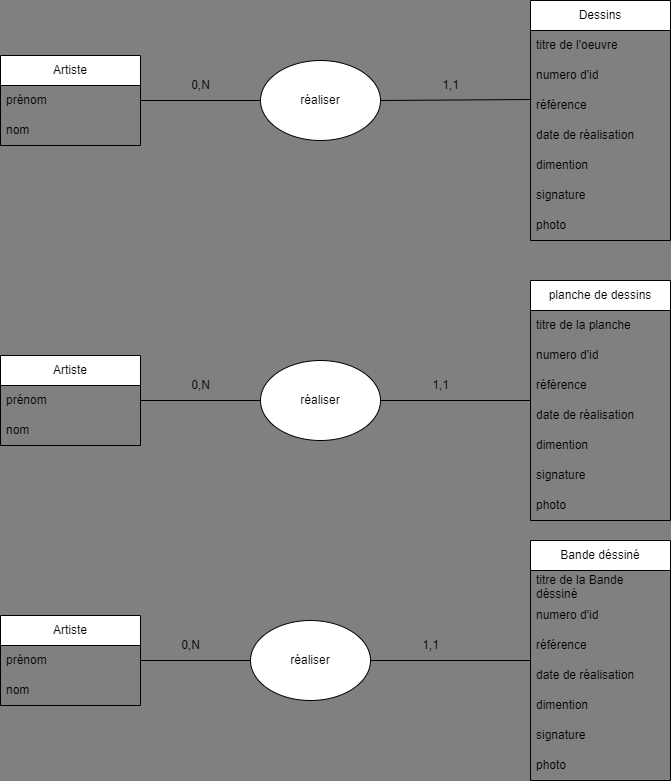
Before: doc/MCD.png, a diagram exported from draw.io (gregoirelef/DehelGalerie). Source tidied: cells renumbered, new cells last; positions are measured from the earlier drawing's top-left corner, leaving out a move shared by most shapes.
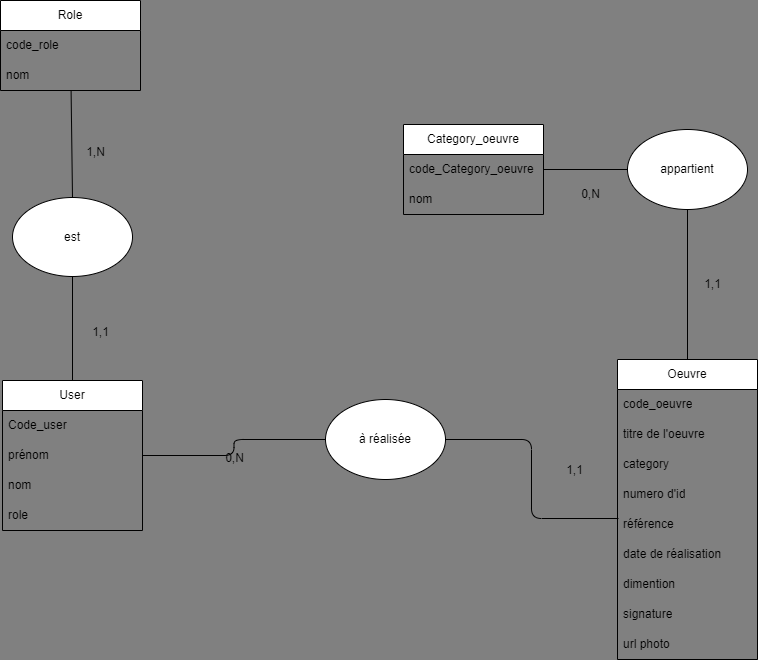
Later version of the same file.

Commit message:
user storie/MCD/MLD

Diff of the diagram source:
```diff
@@ -2,149 +2,113 @@
   <root>
     <mxCell id="0" />
     <mxCell id="1" parent="0" />
-    <mxCell id="2" value="Artiste" style="swimlane;fontStyle=0;horizontal=1;startSize=30;whiteSpace=wrap;html=1;" parent="1" vertex="1">
-      <mxGeometry y="55" width="140" height="90" as="geometry" />
+    <mxCell id="2" value="User" style="swimlane;fontStyle=0;horizontal=1;startSize=30;whiteSpace=wrap;html=1;" parent="1" vertex="1">
+      <mxGeometry x="-63" y="53" width="140" height="150" as="geometry" />
     </mxCell>
+    <mxCell id="50" value="Code_user" style="text;strokeColor=none;fillColor=none;align=left;verticalAlign=middle;spacingLeft=4;spacingRight=4;overflow=hidden;whiteSpace=wrap;html=1;" parent="2" vertex="1">
+      <mxGeometry y="30" width="140" height="30" as="geometry" />
+    </mxCell>
     <mxCell id="3" value="prénom" style="text;strokeColor=none;fillColor=none;align=left;verticalAlign=middle;spacingLeft=4;spacingRight=4;overflow=hidden;points=[[0,0.5],[1,0.5]];portConstraint=eastwest;whiteSpace=wrap;html=1;" parent="2" vertex="1">
-      <mxGeometry y="30" width="140" height="30" as="geometry" />
+      <mxGeometry y="60" width="140" height="30" as="geometry" />
     </mxCell>
+    <mxCell id="51" value="nom" style="text;strokeColor=none;fillColor=none;align=left;verticalAlign=middle;spacingLeft=4;spacingRight=4;overflow=hidden;whiteSpace=wrap;html=1;" parent="2" vertex="1">
+      <mxGeometry y="90" width="140" height="30" as="geometry" />
+    </mxCell>
-    <mxCell id="4" value="nom" style="text;strokeColor=none;fillColor=none;align=left;verticalAlign=middle;spacingLeft=4;spacingRight=4;overflow=hidden;whiteSpace=wrap;html=1;" parent="2" vertex="1">
-      <mxGeometry y="60" width="140" height="30" as="geometry" />
+    <mxCell id="4" value="role" style="text;strokeColor=none;fillColor=none;align=left;verticalAlign=middle;spacingLeft=4;spacingRight=4;overflow=hidden;whiteSpace=wrap;html=1;" parent="2" vertex="1">
+      <mxGeometry y="120" width="140" height="30" as="geometry" />
     </mxCell>
-    <mxCell id="5" value="Dessins" style="swimlane;fontStyle=0;horizontal=1;startSize=30;whiteSpace=wrap;html=1;" parent="1" vertex="1">
-      <mxGeometry x="530" width="140" height="240" as="geometry" />
+    <mxCell id="5" value="Oeuvre" style="swimlane;fontStyle=0;horizontal=1;startSize=30;whiteSpace=wrap;html=1;" parent="1" vertex="1">
+      <mxGeometry x="552" y="32" width="140" height="300" as="geometry" />
     </mxCell>
+    <mxCell id="52" value="code_oeuvre" style="text;strokeColor=none;fillColor=none;align=left;verticalAlign=middle;spacingLeft=4;spacingRight=4;overflow=hidden;whiteSpace=wrap;html=1;" parent="5" vertex="1">
+      <mxGeometry y="30" width="140" height="30" as="geometry" />
+    </mxCell>
+    <mxCell id="53" value="titre de l'oeuvre" style="text;strokeColor=none;fillColor=none;align=left;verticalAlign=middle;spacingLeft=4;spacingRight=4;overflow=hidden;whiteSpace=wrap;html=1;" parent="5" vertex="1">
+      <mxGeometry y="60" width="140" height="30" as="geometry" />
+    </mxCell>
-    <mxCell id="6" value="titre de l'oeuvre" style="text;strokeColor=none;fillColor=none;align=left;verticalAlign=middle;spacingLeft=4;spacingRight=4;overflow=hidden;whiteSpace=wrap;html=1;" parent="5" vertex="1">
-      <mxGeometry y="30" width="140" height="30" as="geometry" />
+    <mxCell id="6" value="category" style="text;strokeColor=none;fillColor=none;align=left;verticalAlign=middle;spacingLeft=4;spacingRight=4;overflow=hidden;whiteSpace=wrap;html=1;" parent="5" vertex="1">
+      <mxGeometry y="90" width="140" height="30" as="geometry" />
     </mxCell>
     <mxCell id="7" value="numero d'id" style="text;strokeColor=none;fillColor=none;align=left;verticalAlign=middle;spacingLeft=4;spacingRight=4;overflow=hidden;whiteSpace=wrap;html=1;" parent="5" vertex="1">
-      <mxGeometry y="60" width="140" height="30" as="geometry" />
+      <mxGeometry y="120" width="140" height="30" as="geometry" />
     </mxCell>
     <mxCell id="8" value="référence" style="text;strokeColor=none;fillColor=none;align=left;verticalAlign=middle;spacingLeft=4;spacingRight=4;overflow=hidden;points=[[0,0.5],[1,0.5]];portConstraint=eastwest;whiteSpace=wrap;html=1;" parent="5" vertex="1">
-      <mxGeometry y="90" width="140" height="30" as="geometry" />
+      <mxGeometry y="150" width="140" height="30" as="geometry" />
     </mxCell>
     <mxCell id="9" value="date de réalisation" style="text;strokeColor=none;fillColor=none;align=left;verticalAlign=middle;spacingLeft=4;spacingRight=4;overflow=hidden;whiteSpace=wrap;html=1;" parent="5" vertex="1">
-      <mxGeometry y="120" width="140" height="30" as="geometry" />
+      <mxGeometry y="180" width="140" height="30" as="geometry" />
     </mxCell>
     <mxCell id="10" value="dimention" style="text;strokeColor=none;fillColor=none;align=left;verticalAlign=middle;spacingLeft=4;spacingRight=4;overflow=hidden;whiteSpace=wrap;html=1;" parent="5" vertex="1">
-      <mxGeometry y="150" width="140" height="30" as="geometry" />
+      <mxGeometry y="210" width="140" height="30" as="geometry" />
     </mxCell>
     <mxCell id="11" value="signature" style="text;strokeColor=none;fillColor=none;align=left;verticalAlign=middle;spacingLeft=4;spacingRight=4;overflow=hidden;whiteSpace=wrap;html=1;" parent="5" vertex="1">
-      <mxGeometry y="180" width="140" height="30" as="geometry" />
+      <mxGeometry y="240" width="140" height="30" as="geometry" />
     </mxCell>
-    <mxCell id="12" value="photo" style="text;strokeColor=none;fillColor=none;align=left;verticalAlign=middle;spacingLeft=4;spacingRight=4;overflow=hidden;whiteSpace=wrap;html=1;" parent="5" vertex="1">
-      <mxGeometry y="210" width="140" height="30" as="geometry" />
+    <mxCell id="12" value="url photo" style="text;strokeColor=none;fillColor=none;align=left;verticalAlign=middle;spacingLeft=4;spacingRight=4;overflow=hidden;whiteSpace=wrap;html=1;" parent="5" vertex="1">
+      <mxGeometry y="270" width="140" height="30" as="geometry" />
     </mxCell>
-    <mxCell id="13" value="planche de dessins" style="swimlane;fontStyle=0;horizontal=1;startSize=30;whiteSpace=wrap;html=1;" parent="1" vertex="1">
-      <mxGeometry x="530" y="280" width="140" height="240" as="geometry" />
-    </mxCell>
-    <mxCell id="14" value="titre de la planche" style="text;strokeColor=none;fillColor=none;align=left;verticalAlign=middle;spacingLeft=4;spacingRight=4;overflow=hidden;whiteSpace=wrap;html=1;" parent="13" vertex="1">
-      <mxGeometry y="30" width="140" height="30" as="geometry" />
-    </mxCell>
-    <mxCell id="15" value="numero d'id" style="text;strokeColor=none;fillColor=none;align=left;verticalAlign=middle;spacingLeft=4;spacingRight=4;overflow=hidden;whiteSpace=wrap;html=1;" parent="13" vertex="1">
-      <mxGeometry y="60" width="140" height="30" as="geometry" />
-    </mxCell>
-    <mxCell id="16" value="référence" style="text;strokeColor=none;fillColor=none;align=left;verticalAlign=middle;spacingLeft=4;spacingRight=4;overflow=hidden;whiteSpace=wrap;html=1;" parent="13" vertex="1">
-      <mxGeometry y="90" width="140" height="30" as="geometry" />
-    </mxCell>
-    <mxCell id="17" value="date de réalisation" style="text;strokeColor=none;fillColor=none;align=left;verticalAlign=middle;spacingLeft=4;spacingRight=4;overflow=hidden;whiteSpace=wrap;html=1;" parent="13" vertex="1">
-      <mxGeometry y="120" width="140" height="30" as="geometry" />
-    </mxCell>
-    <mxCell id="18" value="dimention" style="text;strokeColor=none;fillColor=none;align=left;verticalAlign=middle;spacingLeft=4;spacingRight=4;overflow=hidden;whiteSpace=wrap;html=1;" parent="13" vertex="1">
-      <mxGeometry y="150" width="140" height="30" as="geometry" />
-    </mxCell>
-    <mxCell id="19" value="signature" style="text;strokeColor=none;fillColor=none;align=left;verticalAlign=middle;spacingLeft=4;spacingRight=4;overflow=hidden;whiteSpace=wrap;html=1;" parent="13" vertex="1">
-      <mxGeometry y="180" width="140" height="30" as="geometry" />
-    </mxCell>
-    <mxCell id="20" value="photo" style="text;strokeColor=none;fillColor=none;align=left;verticalAlign=middle;spacingLeft=4;spacingRight=4;overflow=hidden;whiteSpace=wrap;html=1;" parent="13" vertex="1">
-      <mxGeometry y="210" width="140" height="30" as="geometry" />
-    </mxCell>
-    <mxCell id="21" value="Bande déssiné" style="swimlane;fontStyle=0;horizontal=1;startSize=30;whiteSpace=wrap;html=1;" parent="1" vertex="1">
-      <mxGeometry x="530" y="540" width="140" height="240" as="geometry" />
-    </mxCell>
-    <mxCell id="22" value="titre de la&amp;nbsp;&lt;span style=&quot;text-align: center;&quot;&gt;Bande déssiné&lt;/span&gt;" style="text;strokeColor=none;fillColor=none;align=left;verticalAlign=middle;spacingLeft=4;spacingRight=4;overflow=hidden;whiteSpace=wrap;html=1;" parent="21" vertex="1">
-      <mxGeometry y="30" width="140" height="30" as="geometry" />
-    </mxCell>
-    <mxCell id="23" value="numero d'id" style="text;strokeColor=none;fillColor=none;align=left;verticalAlign=middle;spacingLeft=4;spacingRight=4;overflow=hidden;whiteSpace=wrap;html=1;" parent="21" vertex="1">
-      <mxGeometry y="60" width="140" height="30" as="geometry" />
-    </mxCell>
-    <mxCell id="24" value="référence" style="text;strokeColor=none;fillColor=none;align=left;verticalAlign=middle;spacingLeft=4;spacingRight=4;overflow=hidden;whiteSpace=wrap;html=1;" parent="21" vertex="1">
-      <mxGeometry y="90" width="140" height="30" as="geometry" />
-    </mxCell>
-    <mxCell id="25" value="date de réalisation" style="text;strokeColor=none;fillColor=none;align=left;verticalAlign=middle;spacingLeft=4;spacingRight=4;overflow=hidden;whiteSpace=wrap;html=1;" parent="21" vertex="1">
-      <mxGeometry y="120" width="140" height="30" as="geometry" />
-    </mxCell>
-    <mxCell id="26" value="dimention" style="text;strokeColor=none;fillColor=none;align=left;verticalAlign=middle;spacingLeft=4;spacingRight=4;overflow=hidden;whiteSpace=wrap;html=1;" parent="21" vertex="1">
-      <mxGeometry y="150" width="140" height="30" as="geometry" />
-    </mxCell>
-    <mxCell id="27" value="signature" style="text;strokeColor=none;fillColor=none;align=left;verticalAlign=middle;spacingLeft=4;spacingRight=4;overflow=hidden;whiteSpace=wrap;html=1;" parent="21" vertex="1">
-      <mxGeometry y="180" width="140" height="30" as="geometry" />
-    </mxCell>
-    <mxCell id="28" value="photo" style="text;strokeColor=none;fillColor=none;align=left;verticalAlign=middle;spacingLeft=4;spacingRight=4;overflow=hidden;whiteSpace=wrap;html=1;" parent="21" vertex="1">
-      <mxGeometry y="210" width="140" height="30" as="geometry" />
-    </mxCell>
-    <mxCell id="29" value="réaliser" style="ellipse;whiteSpace=wrap;html=1;" parent="1" vertex="1">
-      <mxGeometry x="260" y="60" width="120" height="80" as="geometry" />
-    </mxCell>
-    <mxCell id="30" value="Artiste" style="swimlane;fontStyle=0;horizontal=1;startSize=30;whiteSpace=wrap;html=1;" parent="1" vertex="1">
-      <mxGeometry y="355" width="140" height="90" as="geometry" />
-    </mxCell>
-    <mxCell id="31" value="prénom" style="text;strokeColor=none;fillColor=none;align=left;verticalAlign=middle;spacingLeft=4;spacingRight=4;overflow=hidden;whiteSpace=wrap;html=1;" parent="30" vertex="1">
-      <mxGeometry y="30" width="140" height="30" as="geometry" />
-    </mxCell>
-    <mxCell id="32" value="nom" style="text;strokeColor=none;fillColor=none;align=left;verticalAlign=middle;spacingLeft=4;spacingRight=4;overflow=hidden;whiteSpace=wrap;html=1;" parent="30" vertex="1">
-      <mxGeometry y="60" width="140" height="30" as="geometry" />
-    </mxCell>
-    <mxCell id="33" value="Artiste" style="swimlane;fontStyle=0;horizontal=1;startSize=30;whiteSpace=wrap;html=1;" parent="1" vertex="1">
-      <mxGeometry y="615" width="140" height="90" as="geometry" />
-    </mxCell>
-    <mxCell id="34" value="prénom" style="text;strokeColor=none;fillColor=none;align=left;verticalAlign=middle;spacingLeft=4;spacingRight=4;overflow=hidden;whiteSpace=wrap;html=1;" parent="33" vertex="1">
-      <mxGeometry y="30" width="140" height="30" as="geometry" />
-    </mxCell>
-    <mxCell id="35" value="nom" style="text;strokeColor=none;fillColor=none;align=left;verticalAlign=middle;spacingLeft=4;spacingRight=4;overflow=hidden;whiteSpace=wrap;html=1;" parent="33" vertex="1">
-      <mxGeometry y="60" width="140" height="30" as="geometry" />
-    </mxCell>
-    <mxCell id="36" value="réaliser" style="ellipse;whiteSpace=wrap;html=1;" parent="1" vertex="1">
-      <mxGeometry x="260" y="360" width="120" height="80" as="geometry" />
+    <mxCell id="36" value="à réalisée" style="ellipse;whiteSpace=wrap;html=1;" parent="1" vertex="1">
+      <mxGeometry x="260" y="72" width="120" height="80" as="geometry" />
     </mxCell>
-    <mxCell id="37" value="réaliser" style="ellipse;whiteSpace=wrap;html=1;" parent="1" vertex="1">
-      <mxGeometry x="250" y="620" width="120" height="80" as="geometry" />
-    </mxCell>
-    <mxCell id="38" style="edgeStyle=none;html=1;exitX=1;exitY=0.5;exitDx=0;exitDy=0;entryX=0;entryY=0.5;entryDx=0;entryDy=0;endArrow=none;endFill=0;" parent="1" edge="1" source="3" target="29">
-      <mxGeometry relative="1" as="geometry" />
-    </mxCell>
-    <mxCell id="39" style="edgeStyle=none;html=1;entryX=0;entryY=0.5;entryDx=0;entryDy=0;endArrow=none;endFill=0;" parent="1" edge="1" source="30" target="36">
+    <mxCell id="39" style="edgeStyle=orthogonalEdgeStyle;html=1;entryX=0;entryY=0.5;entryDx=0;entryDy=0;endArrow=none;endFill=0;" parent="1" edge="1" source="2" target="36">
       <mxGeometry relative="1" as="geometry" />
     </mxCell>
-    <mxCell id="40" style="edgeStyle=none;html=1;exitX=0.007;exitY=0.3;exitDx=0;exitDy=0;entryX=1;entryY=0.5;entryDx=0;entryDy=0;endArrow=none;endFill=0;exitPerimeter=0;" parent="1" edge="1" source="8" target="29">
+    <mxCell id="40" style="edgeStyle=orthogonalEdgeStyle;html=1;exitX=0.007;exitY=0.3;exitDx=0;exitDy=0;entryX=1;entryY=0.5;entryDx=0;entryDy=0;endArrow=none;endFill=0;exitPerimeter=0;" parent="1" edge="1" source="8" target="36">
       <mxGeometry relative="1" as="geometry" />
     </mxCell>
-    <mxCell id="41" style="edgeStyle=none;html=1;exitX=1;exitY=0.5;exitDx=0;exitDy=0;endArrow=none;endFill=0;" parent="1" edge="1" source="36" target="13">
-      <mxGeometry relative="1" as="geometry" />
-    </mxCell>
-    <mxCell id="42" style="edgeStyle=none;html=1;endArrow=none;endFill=0;" parent="1" edge="1" source="33" target="37">
-      <mxGeometry relative="1" as="geometry" />
-    </mxCell>
-    <mxCell id="43" style="edgeStyle=none;html=1;endArrow=none;endFill=0;" parent="1" edge="1" source="37" target="21">
-      <mxGeometry relative="1" as="geometry" />
-    </mxCell>
-    <mxCell id="44" value="0,N" style="text;html=1;align=center;verticalAlign=middle;strokeColor=none;fillColor=none;" parent="1" vertex="1">
-      <mxGeometry x="180" y="70" width="40" height="30" as="geometry" />
-    </mxCell>
-    <mxCell id="45" value="0,N" style="text;html=1;align=center;verticalAlign=middle;strokeColor=none;fillColor=none;" parent="1" vertex="1">
-      <mxGeometry x="180" y="370" width="40" height="30" as="geometry" />
+    <mxCell id="45" value="0,N" style="text;html=1;align=center;verticalAlign=middle;strokeColor=none;fillColor=none;rotation=0;" parent="1" vertex="1">
+      <mxGeometry x="149" y="116" width="40" height="30" as="geometry" />
     </mxCell>
-    <mxCell id="46" value="0,N" style="text;html=1;align=center;verticalAlign=middle;strokeColor=none;fillColor=none;" parent="1" vertex="1">
-      <mxGeometry x="170" y="630" width="40" height="30" as="geometry" />
-    </mxCell>
     <mxCell id="47" value="1,1" style="text;html=1;align=center;verticalAlign=middle;strokeColor=none;fillColor=none;" parent="1" vertex="1">
-      <mxGeometry x="430" y="70" width="40" height="30" as="geometry" />
+      <mxGeometry x="489" y="128" width="40" height="30" as="geometry" />
     </mxCell>
-    <mxCell id="48" value="1,1" style="text;html=1;align=center;verticalAlign=middle;strokeColor=none;fillColor=none;" parent="1" vertex="1">
-      <mxGeometry x="420" y="370" width="40" height="30" as="geometry" />
-    </mxCell>
-    <mxCell id="49" value="1,1" style="text;html=1;align=center;verticalAlign=middle;strokeColor=none;fillColor=none;" parent="1" vertex="1">
-      <mxGeometry x="410" y="630" width="40" height="30" as="geometry" />
-    </mxCell>
+    <mxCell id="54" value="Role" style="swimlane;fontStyle=0;horizontal=1;startSize=30;whiteSpace=wrap;html=1;" parent="1" vertex="1">
+      <mxGeometry x="-65" y="-327" width="140" height="90" as="geometry" />
+    </mxCell>
+    <mxCell id="55" value="code_role" style="text;strokeColor=none;fillColor=none;align=left;verticalAlign=middle;spacingLeft=4;spacingRight=4;overflow=hidden;whiteSpace=wrap;html=1;" parent="54" vertex="1">
+      <mxGeometry y="30" width="140" height="30" as="geometry" />
+    </mxCell>
+    <mxCell id="56" value="nom" style="text;strokeColor=none;fillColor=none;align=left;verticalAlign=middle;spacingLeft=4;spacingRight=4;overflow=hidden;whiteSpace=wrap;html=1;" parent="54" vertex="1">
+      <mxGeometry y="60" width="140" height="30" as="geometry" />
+    </mxCell>
+    <mxCell id="57" value="Category_oeuvre" style="swimlane;fontStyle=0;horizontal=1;startSize=30;whiteSpace=wrap;html=1;" parent="1" vertex="1">
+      <mxGeometry x="338" y="-203" width="140" height="90" as="geometry" />
+    </mxCell>
+    <mxCell id="58" value="code_&lt;span style=&quot;color: rgb(0, 0, 0); text-align: center;&quot;&gt;Category_oeuvre&lt;/span&gt;" style="text;strokeColor=none;fillColor=none;align=left;verticalAlign=middle;spacingLeft=4;spacingRight=4;overflow=hidden;whiteSpace=wrap;html=1;" parent="57" vertex="1">
+      <mxGeometry y="30" width="140" height="30" as="geometry" />
+    </mxCell>
+    <mxCell id="59" value="nom" style="text;strokeColor=none;fillColor=none;align=left;verticalAlign=middle;spacingLeft=4;spacingRight=4;overflow=hidden;whiteSpace=wrap;html=1;" parent="57" vertex="1">
+      <mxGeometry y="60" width="140" height="30" as="geometry" />
+    </mxCell>
+    <mxCell id="60" value="appartient" style="ellipse;whiteSpace=wrap;html=1;" parent="1" vertex="1">
+      <mxGeometry x="562" y="-198" width="120" height="80" as="geometry" />
+    </mxCell>
+    <mxCell id="61" value="est" style="ellipse;whiteSpace=wrap;html=1;" parent="1" vertex="1">
+      <mxGeometry x="-53" y="-130" width="120" height="79" as="geometry" />
+    </mxCell>
+    <mxCell id="62" style="endArrow=none;html=1;entryX=0;entryY=0.5;entryDx=0;entryDy=0;" parent="1" edge="1" source="57" target="60">
+      <mxGeometry relative="1" as="geometry" />
+    </mxCell>
+    <mxCell id="63" style="endArrow=none;html=1;exitX=0.5;exitY=0;exitDx=0;exitDy=0;" parent="1" edge="1" source="61" target="54">
+      <mxGeometry relative="1" as="geometry" />
+    </mxCell>
+    <mxCell id="64" style="endArrow=none;html=1;exitX=0.5;exitY=0;exitDx=0;exitDy=0;entryX=0.5;entryY=1;entryDx=0;entryDy=0;" parent="1" edge="1" source="2" target="61">
+      <mxGeometry relative="1" as="geometry" />
+    </mxCell>
+    <mxCell id="65" style="endArrow=none;html=1;exitX=0.5;exitY=0;exitDx=0;exitDy=0;entryX=0.5;entryY=1;entryDx=0;entryDy=0;" parent="1" edge="1" source="5" target="60">
+      <mxGeometry relative="1" as="geometry" />
+    </mxCell>
+    <mxCell id="66" value="1,1" style="text;html=1;align=center;verticalAlign=middle;strokeColor=none;fillColor=none;" parent="1" vertex="1">
+      <mxGeometry x="627" y="-58" width="40" height="30" as="geometry" />
+    </mxCell>
+    <mxCell id="67" value="0,N" style="text;html=1;align=center;verticalAlign=middle;strokeColor=none;fillColor=none;" parent="1" vertex="1">
+      <mxGeometry x="507" y="-146" width="37" height="26" as="geometry" />
+    </mxCell>
+    <mxCell id="68" value="1,1" style="text;html=1;align=center;verticalAlign=middle;strokeColor=none;fillColor=none;rotation=0;" parent="1" vertex="1">
+      <mxGeometry x="17" y="-8" width="35" height="26" as="geometry" />
+    </mxCell>
+    <mxCell id="69" value="1,N" style="text;html=1;align=center;verticalAlign=middle;strokeColor=none;fillColor=none;rotation=0;" parent="1" vertex="1">
+      <mxGeometry x="11" y="-188" width="37" height="26" as="geometry" />
+    </mxCell>
   </root>
 </mxGraphModel>
```
